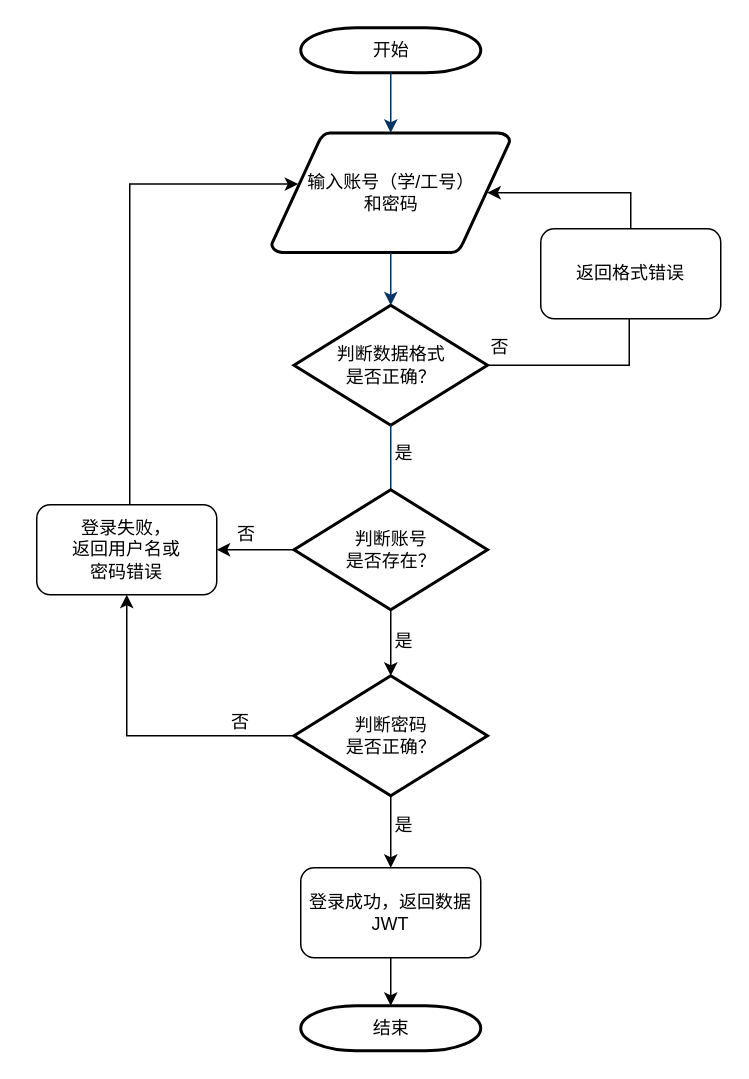
Earlier version of the draw.io diagram page "登录" (1 of 16) of 流程图.drawio (Gonod20s/Voice-Controlled-Robot). Source tidied: cells renumbered, new cells numbered last; positions are measured from the earlier drawing's top-left corner, leaving out a move shared by most shapes. Both pictures are drawn from the tidied source at 150%, with x=0, y=0 at pixel (36, 27).
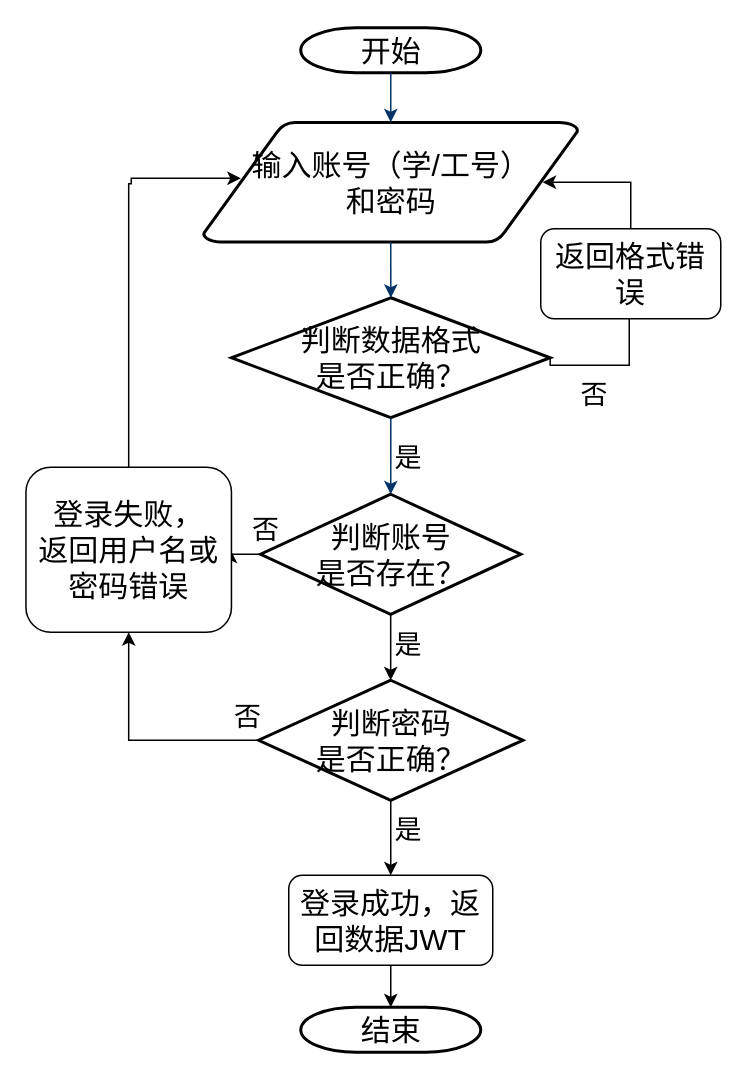
The same page after the edit.

Diff of the diagram source:
```diff
@@
-    <mxCell id="2" value="开始" style="shape=mxgraph.flowchart.terminator;strokeWidth=2;gradientColor=none;gradientDirection=north;fontStyle=0;html=1;" parent="1" vertex="1">
+    <mxCell id="2" value="&lt;font style=&quot;font-size: 20px;&quot;&gt;开始&lt;/font&gt;" style="shape=mxgraph.flowchart.terminator;strokeWidth=2;gradientColor=none;gradientDirection=north;fontStyle=0;html=1;" parent="1" vertex="1">
       <mxGeometry x="176" width="120" height="30" as="geometry" />
     </mxCell>
-    <mxCell id="3" value="输入账号（学/工号）&lt;div&gt;和密码&lt;/div&gt;" style="shape=mxgraph.flowchart.data;strokeWidth=2;gradientColor=none;gradientDirection=north;fontStyle=0;html=1;" parent="1" vertex="1">
-      <mxGeometry x="156.5" y="70" width="159" height="80" as="geometry" />
+    <mxCell id="3" value="&lt;font style=&quot;font-size: 20px;&quot;&gt;输入账号（学/工号）&lt;/font&gt;&lt;div&gt;&lt;font style=&quot;font-size: 20px;&quot;&gt;和密码&lt;/font&gt;&lt;/div&gt;" style="shape=mxgraph.flowchart.data;strokeWidth=2;gradientColor=none;gradientDirection=north;fontStyle=0;html=1;" parent="1" vertex="1">
+      <mxGeometry x="111" y="63" width="250" height="80" as="geometry" />
     </mxCell>
-    <mxCell id="4" value="判断数据格式&lt;div&gt;是否正确？&lt;/div&gt;" style="shape=mxgraph.flowchart.decision;strokeWidth=2;gradientColor=none;gradientDirection=north;fontStyle=0;html=1;" parent="1" vertex="1">
-      <mxGeometry x="171.5" y="185" width="129" height="80" as="geometry" />
+    <mxCell id="4" value="&lt;font style=&quot;font-size: 20px;&quot;&gt;判断数据格式&lt;/font&gt;&lt;div&gt;&lt;font style=&quot;font-size: 20px;&quot;&gt;是否正确？&lt;/font&gt;&lt;/div&gt;" style="shape=mxgraph.flowchart.decision;strokeWidth=2;gradientColor=none;gradientDirection=north;fontStyle=0;html=1;" parent="1" vertex="1">
+      <mxGeometry x="129.8" y="180" width="212.5" height="80" as="geometry" />
     </mxCell>
@@
-    <mxCell id="7" value="是" style="text;fontStyle=0;html=1;strokeColor=none;gradientColor=none;fillColor=none;strokeWidth=2;" parent="1" vertex="1">
+    <mxCell id="7" value="&lt;font style=&quot;font-size: 18px;&quot;&gt;是&lt;/font&gt;" style="text;fontStyle=0;html=1;strokeColor=none;gradientColor=none;fillColor=none;strokeWidth=2;" parent="1" vertex="1">
       <mxGeometry x="237" y="270" width="40" height="26" as="geometry" />
     </mxCell>
@@
-    <mxCell id="11" value="判断账号&lt;div&gt;是否存在？&lt;/div&gt;" style="shape=mxgraph.flowchart.decision;strokeWidth=2;gradientColor=none;gradientDirection=north;fontStyle=0;html=1;" parent="1" vertex="1">
-      <mxGeometry x="171.5" y="308" width="129" height="80" as="geometry" />
+    <mxCell id="11" value="&lt;font style=&quot;font-size: 20px;&quot;&gt;判断账号&lt;/font&gt;&lt;div&gt;&lt;font style=&quot;font-size: 20px;&quot;&gt;是否存在？&lt;/font&gt;&lt;/div&gt;" style="shape=mxgraph.flowchart.decision;strokeWidth=2;gradientColor=none;gradientDirection=north;fontStyle=0;html=1;" parent="1" vertex="1">
+      <mxGeometry x="149.2" y="311" width="173.5" height="80" as="geometry" />
     </mxCell>
@@
-    <mxCell id="14" value="判断密码&lt;div&gt;是否正确？&lt;/div&gt;" style="shape=mxgraph.flowchart.decision;strokeWidth=2;gradientColor=none;gradientDirection=north;fontStyle=0;html=1;" parent="1" vertex="1">
-      <mxGeometry x="171.5" y="432" width="129" height="80" as="geometry" />
+    <mxCell id="14" value="&lt;font style=&quot;font-size: 20px;&quot;&gt;判断密码&lt;/font&gt;&lt;div&gt;&lt;font style=&quot;font-size: 20px;&quot;&gt;是否正确？&lt;/font&gt;&lt;/div&gt;" style="shape=mxgraph.flowchart.decision;strokeWidth=2;gradientColor=none;gradientDirection=north;fontStyle=0;html=1;" parent="1" vertex="1">
+      <mxGeometry x="147.9" y="435" width="176.2" height="80" as="geometry" />
     </mxCell>
@@
-    <mxCell id="16" value="登录成功，返回数据JWT" style="rounded=1;whiteSpace=wrap;html=1;" parent="1" vertex="1">
-      <mxGeometry x="176" y="560" width="120" height="60" as="geometry" />
+    <mxCell id="16" value="&lt;font style=&quot;font-size: 20px;&quot;&gt;登录成功，返回数据JWT&lt;/font&gt;" style="rounded=1;whiteSpace=wrap;html=1;" parent="1" vertex="1">
+      <mxGeometry x="168" y="565" width="136" height="60" as="geometry" />
     </mxCell>
-    <mxCell id="17" value="是" style="text;fontStyle=0;html=1;strokeColor=none;gradientColor=none;fillColor=none;strokeWidth=2;" parent="1" vertex="1">
+    <mxCell id="17" value="&lt;font style=&quot;font-size: 18px;&quot;&gt;是&lt;/font&gt;" style="text;fontStyle=0;html=1;strokeColor=none;gradientColor=none;fillColor=none;strokeWidth=2;" parent="1" vertex="1">
       <mxGeometry x="237" y="395" width="40" height="26" as="geometry" />
     </mxCell>
-    <mxCell id="18" value="是" style="text;fontStyle=0;html=1;strokeColor=none;gradientColor=none;fillColor=none;strokeWidth=2;" parent="1" vertex="1">
+    <mxCell id="18" value="&lt;font style=&quot;font-size: 18px;&quot;&gt;是&lt;/font&gt;" style="text;fontStyle=0;html=1;strokeColor=none;gradientColor=none;fillColor=none;strokeWidth=2;" parent="1" vertex="1">
       <mxGeometry x="237" y="518" width="40" height="26" as="geometry" />
     </mxCell>
     <mxCell id="19" style="edgeStyle=orthogonalEdgeStyle;rounded=0;jettySize=auto;html=1;entryX=0.905;entryY=0.5;entryDx=0;entryDy=0;entryPerimeter=0;exitX=0.5;exitY=0;exitDx=0;exitDy=0;" parent="1" edge="1" source="22" target="3">
-      <mxGeometry relative="1" as="geometry" />
+      <mxGeometry relative="1" as="geometry">
+        <Array as="points">
+          <mxPoint x="396" y="103" />
+        </Array>
+      </mxGeometry>
     </mxCell>
-    <mxCell id="20" value="否" style="text;fontStyle=0;html=1;strokeColor=none;gradientColor=none;fillColor=none;strokeWidth=2;" parent="1" vertex="1">
-      <mxGeometry x="300.5" y="199" width="40" height="26" as="geometry" />
+    <mxCell id="20" value="&lt;font style=&quot;font-size: 18px;&quot;&gt;否&lt;/font&gt;" style="text;fontStyle=0;html=1;strokeColor=none;gradientColor=none;fillColor=none;strokeWidth=2;" parent="1" vertex="1">
+      <mxGeometry x="361" y="228" width="40" height="26" as="geometry" />
     </mxCell>
@@
-    <mxCell id="22" value="返回格式错误" style="rounded=1;whiteSpace=wrap;html=1;" parent="1" vertex="1">
+    <mxCell id="22" value="&lt;font style=&quot;font-size: 20px;&quot;&gt;返回格式错误&lt;/font&gt;" style="rounded=1;whiteSpace=wrap;html=1;" parent="1" vertex="1">
       <mxGeometry x="336" y="134" width="120" height="60" as="geometry" />
     </mxCell>
-    <mxCell id="23" value="登录失败，&lt;div&gt;返回用户名&lt;span style=&quot;background-color: transparent;&quot;&gt;或&lt;/span&gt;&lt;div&gt;&lt;span style=&quot;background-color: transparent;&quot;&gt;密码错误&lt;/span&gt;&lt;/div&gt;&lt;/div&gt;" style="rounded=1;whiteSpace=wrap;html=1;" parent="1" vertex="1">
-      <mxGeometry y="318" width="120" height="60" as="geometry" />
+    <mxCell id="23" value="&lt;font style=&quot;font-size: 20px;&quot;&gt;登录失败，&lt;/font&gt;&lt;div&gt;&lt;font style=&quot;font-size: 20px;&quot;&gt;返回用户名&lt;span style=&quot;background-color: transparent;&quot;&gt;或&lt;/span&gt;&lt;/font&gt;&lt;div&gt;&lt;span style=&quot;background-color: transparent;&quot;&gt;&lt;font style=&quot;font-size: 20px;&quot;&gt;密码错误&lt;/font&gt;&lt;/span&gt;&lt;/div&gt;&lt;/div&gt;" style="rounded=1;whiteSpace=wrap;html=1;" parent="1" vertex="1">
+      <mxGeometry x="-7.2" y="293" width="137" height="110" as="geometry" />
     </mxCell>
-    <mxCell id="24" value="结束" style="shape=mxgraph.flowchart.terminator;strokeWidth=2;gradientColor=none;gradientDirection=north;fontStyle=0;html=1;" parent="1" vertex="1">
-      <mxGeometry x="176" y="652" width="120" height="30" as="geometry" />
+    <mxCell id="24" value="&lt;font style=&quot;font-size: 20px;&quot;&gt;结束&lt;/font&gt;" style="shape=mxgraph.flowchart.terminator;strokeWidth=2;gradientColor=none;gradientDirection=north;fontStyle=0;html=1;" parent="1" vertex="1">
+      <mxGeometry x="176" y="653" width="120" height="30" as="geometry" />
     </mxCell>
-    <mxCell id="25" style="edgeStyle=orthogonalEdgeStyle;rounded=0;jettySize=auto;html=1;entryX=0.112;entryY=0.428;entryDx=0;entryDy=0;entryPerimeter=0;" parent="1" edge="1" source="23" target="3">
+    <mxCell id="25" style="edgeStyle=orthogonalEdgeStyle;rounded=0;jettySize=auto;html=1;entryX=0.1;entryY=0.467;entryDx=0;entryDy=0;entryPerimeter=0;" parent="1" edge="1" source="23" target="3">
       <mxGeometry relative="1" as="geometry">
         <Array as="points">
           <mxPoint x="62" y="104" />
+          <mxPoint x="63" y="104" />
+          <mxPoint x="63" y="100" />
         </Array>
       </mxGeometry>
     </mxCell>
-    <mxCell id="26" value="否" style="text;fontStyle=0;html=1;strokeColor=none;gradientColor=none;fillColor=none;strokeWidth=2;" parent="1" vertex="1">
-      <mxGeometry x="131.5" y="324" width="40" height="26" as="geometry" />
+    <mxCell id="26" value="&lt;font style=&quot;font-size: 18px;&quot;&gt;否&lt;/font&gt;" style="text;fontStyle=0;html=1;strokeColor=none;gradientColor=none;fillColor=none;strokeWidth=2;" parent="1" vertex="1">
+      <mxGeometry x="142" y="318" width="40" height="26" as="geometry" />
     </mxCell>
-    <mxCell id="27" value="否" style="text;fontStyle=0;html=1;strokeColor=none;gradientColor=none;fillColor=none;strokeWidth=2;" parent="1" vertex="1">
-      <mxGeometry x="128" y="449" width="40" height="26" as="geometry" />
+    <mxCell id="27" value="&lt;font style=&quot;font-size: 18px;&quot;&gt;否&lt;/font&gt;" style="text;fontStyle=0;html=1;strokeColor=none;gradientColor=none;fillColor=none;strokeWidth=2;" parent="1" vertex="1">
+      <mxGeometry x="129.8" y="443" width="40" height="26" as="geometry" />
     </mxCell>
```
